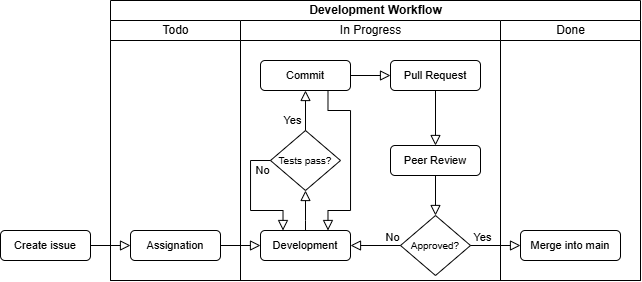
This is docs/images/WorkflowDiagram.png from ITU-BDSA2024-GROUP18/Chirp, a draw.io export, as it was before one commit. Source tidied: cells renumbered, new cells last; positions are measured from the earlier drawing's top-left corner, leaving out a move shared by most shapes. Source of this version:
```xml
<mxGraphModel>
  <root>
    <mxCell id="0" />
    <mxCell id="1" parent="0" />
    <mxCell id="2" value="Development Workflow" style="swimlane;startSize=20;html=1;" parent="1" vertex="1">
      <mxGeometry x="110" width="530" height="280" as="geometry" />
    </mxCell>
    <mxCell id="3" value="&lt;span style=&quot;font-weight: normal;&quot;&gt;Todo&lt;/span&gt;" style="swimlane;startSize=20;html=1;" parent="2" vertex="1">
      <mxGeometry y="20" width="130" height="260" as="geometry" />
    </mxCell>
    <mxCell id="4" value="&lt;font style=&quot;font-size: 11px;&quot;&gt;Assignation&lt;/font&gt;" style="rounded=1;whiteSpace=wrap;html=1;fontSize=12;glass=0;strokeWidth=1;shadow=0;" parent="3" vertex="1">
      <mxGeometry x="20" y="210" width="90" height="30" as="geometry" />
    </mxCell>
    <mxCell id="5" value="&lt;span style=&quot;font-weight: normal;&quot;&gt;In Progress&lt;/span&gt;" style="swimlane;startSize=20;html=1;" parent="2" vertex="1">
      <mxGeometry x="130" y="20" width="260" height="260" as="geometry" />
    </mxCell>
    <mxCell id="6" value="&lt;span style=&quot;font-size: 11px;&quot;&gt;Development&lt;/span&gt;" style="rounded=1;whiteSpace=wrap;html=1;fontSize=12;glass=0;strokeWidth=1;shadow=0;" parent="5" vertex="1">
      <mxGeometry x="20" y="210" width="90" height="30" as="geometry" />
    </mxCell>
    <mxCell id="7" value="&lt;span style=&quot;font-size: 11px;&quot;&gt;Commit&lt;/span&gt;" style="rounded=1;whiteSpace=wrap;html=1;fontSize=12;glass=0;strokeWidth=1;shadow=0;" parent="5" vertex="1">
      <mxGeometry x="20" y="40" width="90" height="30" as="geometry" />
    </mxCell>
    <mxCell id="8" style="edgeStyle=orthogonalEdgeStyle;rounded=0;html=1;jettySize=auto;fontSize=11;endArrow=block;endFill=0;endSize=8;strokeWidth=1;shadow=0;labelBackgroundColor=none;exitX=0.75;exitY=1;exitDx=0;exitDy=0;spacingRight=-3;entryX=0.75;entryY=0;entryDx=0;entryDy=0;" parent="5" edge="1" source="7" target="6">
      <mxGeometry y="10" relative="1" as="geometry">
        <Array as="points">
          <mxPoint x="87" y="90" />
          <mxPoint x="110" y="90" />
          <mxPoint x="110" y="190" />
          <mxPoint x="87" y="190" />
        </Array>
      </mxGeometry>
    </mxCell>
    <mxCell id="9" value="&lt;span style=&quot;font-size: 11px;&quot;&gt;Pull Request&lt;/span&gt;" style="rounded=1;whiteSpace=wrap;html=1;fontSize=12;glass=0;strokeWidth=1;shadow=0;" parent="5" vertex="1">
      <mxGeometry x="150" y="40" width="90" height="30" as="geometry" />
    </mxCell>
    <mxCell id="10" value="&lt;font&gt;Tests pass?&lt;/font&gt;" style="rhombus;whiteSpace=wrap;html=1;shadow=0;fontFamily=Helvetica;fontSize=10;align=center;strokeWidth=1;spacing=6;spacingTop=0;verticalAlign=middle;horizontal=1;" parent="5" vertex="1">
      <mxGeometry x="30" y="110" width="70" height="60" as="geometry" />
    </mxCell>
    <mxCell id="11" value="Yes" style="rounded=0;html=1;jettySize=auto;fontSize=11;endArrow=block;endFill=0;endSize=8;strokeWidth=1;shadow=0;labelBackgroundColor=none;edgeStyle=orthogonalEdgeStyle;entryX=0.5;entryY=1;entryDx=0;entryDy=0;spacingTop=0;spacingRight=16;exitX=0.5;exitY=0;exitDx=0;exitDy=0;" parent="5" edge="1" source="10" target="7">
      <mxGeometry x="-0.5" y="5" relative="1" as="geometry" />
    </mxCell>
    <mxCell id="12" style="edgeStyle=orthogonalEdgeStyle;rounded=0;html=1;jettySize=auto;fontSize=11;endArrow=block;endFill=0;endSize=8;strokeWidth=1;shadow=0;labelBackgroundColor=none;exitX=0.5;exitY=0;exitDx=0;exitDy=0;spacingRight=-3;entryX=0.5;entryY=1;entryDx=0;entryDy=0;" parent="5" edge="1" source="6" target="10">
      <mxGeometry y="10" relative="1" as="geometry">
        <Array as="points">
          <mxPoint x="65" y="200" />
          <mxPoint x="65" y="200" />
        </Array>
      </mxGeometry>
    </mxCell>
    <mxCell id="13" value="No" style="rounded=0;html=1;jettySize=auto;fontSize=11;endArrow=block;endFill=0;endSize=8;strokeWidth=1;shadow=0;labelBackgroundColor=none;edgeStyle=orthogonalEdgeStyle;entryX=0.25;entryY=0;entryDx=0;entryDy=0;spacingTop=0;spacingRight=16;exitX=0;exitY=0.5;exitDx=0;exitDy=0;" parent="5" edge="1" source="10" target="6">
      <mxGeometry x="-1" y="10" relative="1" as="geometry" />
    </mxCell>
    <mxCell id="14" style="edgeStyle=orthogonalEdgeStyle;rounded=0;html=1;jettySize=auto;fontSize=11;endArrow=block;endFill=0;endSize=8;strokeWidth=1;shadow=0;labelBackgroundColor=none;exitX=1;exitY=0.5;exitDx=0;exitDy=0;spacingRight=-3;entryX=0;entryY=0.5;entryDx=0;entryDy=0;" parent="5" edge="1" source="7" target="9">
      <mxGeometry y="10" relative="1" as="geometry" />
    </mxCell>
    <mxCell id="15" value="&lt;span style=&quot;font-size: 11px;&quot;&gt;Peer Review&lt;/span&gt;" style="rounded=1;whiteSpace=wrap;html=1;fontSize=12;glass=0;strokeWidth=1;shadow=0;" parent="5" vertex="1">
      <mxGeometry x="150" y="125" width="90" height="30" as="geometry" />
    </mxCell>
    <mxCell id="16" value="&lt;font&gt;Approved?&lt;/font&gt;" style="rhombus;whiteSpace=wrap;html=1;shadow=0;fontFamily=Helvetica;fontSize=10;align=center;strokeWidth=1;spacing=6;spacingTop=0;verticalAlign=middle;horizontal=1;" parent="5" vertex="1">
      <mxGeometry x="160" y="195" width="70" height="60" as="geometry" />
    </mxCell>
    <mxCell id="17" value="No" style="rounded=0;html=1;jettySize=auto;fontSize=11;endArrow=block;endFill=0;endSize=8;strokeWidth=1;shadow=0;labelBackgroundColor=none;edgeStyle=orthogonalEdgeStyle;entryX=1;entryY=0.5;entryDx=0;entryDy=0;spacingTop=0;spacingRight=16;exitX=0;exitY=0.5;exitDx=0;exitDy=0;spacingBottom=6;" parent="5" edge="1" source="16" target="6">
      <mxGeometry x="-1" y="-5" relative="1" as="geometry" />
    </mxCell>
    <mxCell id="18" style="edgeStyle=orthogonalEdgeStyle;rounded=0;html=1;jettySize=auto;fontSize=11;endArrow=block;endFill=0;endSize=8;strokeWidth=1;shadow=0;labelBackgroundColor=none;exitX=0.5;exitY=1;exitDx=0;exitDy=0;spacingRight=-3;entryX=0.5;entryY=0;entryDx=0;entryDy=0;" parent="5" edge="1" source="9" target="15">
      <mxGeometry y="10" relative="1" as="geometry" />
    </mxCell>
    <mxCell id="19" style="edgeStyle=orthogonalEdgeStyle;rounded=0;html=1;jettySize=auto;fontSize=11;endArrow=block;endFill=0;endSize=8;strokeWidth=1;shadow=0;labelBackgroundColor=none;exitX=0.5;exitY=1;exitDx=0;exitDy=0;spacingRight=-3;entryX=0.5;entryY=0;entryDx=0;entryDy=0;" parent="5" edge="1" source="15" target="16">
      <mxGeometry y="10" relative="1" as="geometry" />
    </mxCell>
    <mxCell id="20" value="&lt;span style=&quot;font-weight: normal;&quot;&gt;Done&lt;/span&gt;" style="swimlane;startSize=20;html=1;" parent="2" vertex="1">
      <mxGeometry x="390" y="20" width="140" height="260" as="geometry" />
    </mxCell>
    <mxCell id="21" value="&lt;font style=&quot;font-size: 11px;&quot;&gt;Merge into main&lt;/font&gt;" style="rounded=1;whiteSpace=wrap;html=1;fontSize=12;glass=0;strokeWidth=1;shadow=0;" parent="20" vertex="1">
      <mxGeometry x="20" y="210" width="100" height="30" as="geometry" />
    </mxCell>
    <mxCell id="22" style="edgeStyle=orthogonalEdgeStyle;rounded=0;html=1;jettySize=auto;fontSize=11;endArrow=block;endFill=0;endSize=8;strokeWidth=1;shadow=0;labelBackgroundColor=none;exitX=1;exitY=0.5;exitDx=0;exitDy=0;spacingRight=-3;entryX=0;entryY=0.5;entryDx=0;entryDy=0;" parent="2" edge="1" source="4" target="6">
      <mxGeometry y="10" relative="1" as="geometry" />
    </mxCell>
    <mxCell id="23" value="Yes" style="rounded=0;html=1;jettySize=auto;fontSize=11;endArrow=block;endFill=0;endSize=8;strokeWidth=1;shadow=0;labelBackgroundColor=none;edgeStyle=orthogonalEdgeStyle;spacingTop=0;spacingRight=16;exitX=1;exitY=0.5;exitDx=0;exitDy=0;spacingBottom=6;entryX=0;entryY=0.5;entryDx=0;entryDy=0;" parent="2" edge="1" source="16" target="21">
      <mxGeometry x="-0.2" y="5" relative="1" as="geometry" />
    </mxCell>
    <mxCell id="24" value="&lt;font style=&quot;font-size: 11px;&quot;&gt;Create issue&lt;/font&gt;" style="rounded=1;whiteSpace=wrap;html=1;fontSize=12;glass=0;strokeWidth=1;shadow=0;" parent="1" vertex="1">
      <mxGeometry y="230" width="90" height="30" as="geometry" />
    </mxCell>
    <mxCell id="25" style="edgeStyle=orthogonalEdgeStyle;rounded=0;html=1;jettySize=auto;fontSize=11;endArrow=block;endFill=0;endSize=8;strokeWidth=1;shadow=0;labelBackgroundColor=none;exitX=1;exitY=0.5;exitDx=0;exitDy=0;spacingRight=-3;entryX=0;entryY=0.5;entryDx=0;entryDy=0;" parent="1" edge="1" source="24" target="4">
      <mxGeometry y="10" relative="1" as="geometry" />
    </mxCell>
  </root>
</mxGraphModel>
```
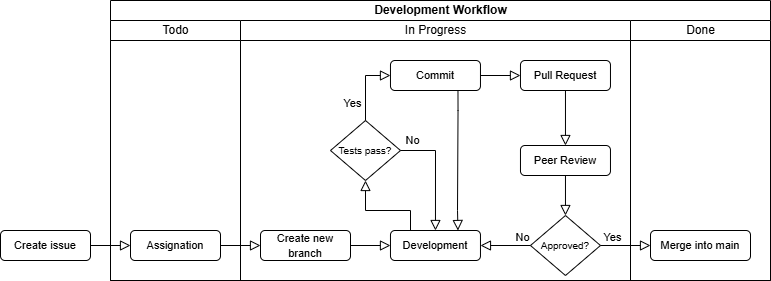
The same file after the commit.

Commit message:
Updated development process diagram

What changed in the source:
```diff
@@ -3,7 +3,7 @@
     <mxCell id="0" />
     <mxCell id="1" parent="0" />
     <mxCell id="2" value="Development Workflow" style="swimlane;startSize=20;html=1;" parent="1" vertex="1">
-      <mxGeometry x="110" width="530" height="280" as="geometry" />
+      <mxGeometry x="110" width="660" height="280" as="geometry" />
     </mxCell>
     <mxCell id="3" value="&lt;span style=&quot;font-weight: normal;&quot;&gt;Todo&lt;/span&gt;" style="swimlane;startSize=20;html=1;" parent="2" vertex="1">
       <mxGeometry y="20" width="130" height="260" as="geometry" />
@@ -12,52 +12,44 @@
       <mxGeometry x="20" y="210" width="90" height="30" as="geometry" />
     </mxCell>
     <mxCell id="5" value="&lt;span style=&quot;font-weight: normal;&quot;&gt;In Progress&lt;/span&gt;" style="swimlane;startSize=20;html=1;" parent="2" vertex="1">
-      <mxGeometry x="130" y="20" width="260" height="260" as="geometry" />
+      <mxGeometry x="130" y="20" width="390" height="260" as="geometry" />
     </mxCell>
     <mxCell id="6" value="&lt;span style=&quot;font-size: 11px;&quot;&gt;Development&lt;/span&gt;" style="rounded=1;whiteSpace=wrap;html=1;fontSize=12;glass=0;strokeWidth=1;shadow=0;" parent="5" vertex="1">
-      <mxGeometry x="20" y="210" width="90" height="30" as="geometry" />
+      <mxGeometry x="150" y="210" width="90" height="30" as="geometry" />
     </mxCell>
     <mxCell id="7" value="&lt;span style=&quot;font-size: 11px;&quot;&gt;Commit&lt;/span&gt;" style="rounded=1;whiteSpace=wrap;html=1;fontSize=12;glass=0;strokeWidth=1;shadow=0;" parent="5" vertex="1">
-      <mxGeometry x="20" y="40" width="90" height="30" as="geometry" />
+      <mxGeometry x="150" y="40" width="90" height="30" as="geometry" />
     </mxCell>
     <mxCell id="8" style="edgeStyle=orthogonalEdgeStyle;rounded=0;html=1;jettySize=auto;fontSize=11;endArrow=block;endFill=0;endSize=8;strokeWidth=1;shadow=0;labelBackgroundColor=none;exitX=0.75;exitY=1;exitDx=0;exitDy=0;spacingRight=-3;entryX=0.75;entryY=0;entryDx=0;entryDy=0;" parent="5" edge="1" source="7" target="6">
       <mxGeometry y="10" relative="1" as="geometry">
         <Array as="points">
-          <mxPoint x="87" y="90" />
-          <mxPoint x="110" y="90" />
-          <mxPoint x="110" y="190" />
-          <mxPoint x="87" y="190" />
+          <mxPoint x="217" y="90" />
+          <mxPoint x="217" y="90" />
+          <mxPoint x="217" y="190" />
+          <mxPoint x="217" y="190" />
         </Array>
       </mxGeometry>
     </mxCell>
     <mxCell id="9" value="&lt;span style=&quot;font-size: 11px;&quot;&gt;Pull Request&lt;/span&gt;" style="rounded=1;whiteSpace=wrap;html=1;fontSize=12;glass=0;strokeWidth=1;shadow=0;" parent="5" vertex="1">
-      <mxGeometry x="150" y="40" width="90" height="30" as="geometry" />
+      <mxGeometry x="280" y="40" width="90" height="30" as="geometry" />
     </mxCell>
     <mxCell id="10" value="&lt;font&gt;Tests pass?&lt;/font&gt;" style="rhombus;whiteSpace=wrap;html=1;shadow=0;fontFamily=Helvetica;fontSize=10;align=center;strokeWidth=1;spacing=6;spacingTop=0;verticalAlign=middle;horizontal=1;" parent="5" vertex="1">
-      <mxGeometry x="30" y="110" width="70" height="60" as="geometry" />
+      <mxGeometry x="90" y="100" width="70" height="60" as="geometry" />
     </mxCell>
-    <mxCell id="11" value="Yes" style="rounded=0;html=1;jettySize=auto;fontSize=11;endArrow=block;endFill=0;endSize=8;strokeWidth=1;shadow=0;labelBackgroundColor=none;edgeStyle=orthogonalEdgeStyle;entryX=0.5;entryY=1;entryDx=0;entryDy=0;spacingTop=0;spacingRight=16;exitX=0.5;exitY=0;exitDx=0;exitDy=0;" parent="5" edge="1" source="10" target="7">
+    <mxCell id="11" value="Yes" style="rounded=0;html=1;jettySize=auto;fontSize=11;endArrow=block;endFill=0;endSize=8;strokeWidth=1;shadow=0;labelBackgroundColor=none;edgeStyle=orthogonalEdgeStyle;entryX=0;entryY=0.5;entryDx=0;entryDy=0;spacingTop=0;spacingRight=16;exitX=0.5;exitY=0;exitDx=0;exitDy=0;" parent="5" edge="1" source="10" target="7">
       <mxGeometry x="-0.5" y="5" relative="1" as="geometry" />
     </mxCell>
-    <mxCell id="12" style="edgeStyle=orthogonalEdgeStyle;rounded=0;html=1;jettySize=auto;fontSize=11;endArrow=block;endFill=0;endSize=8;strokeWidth=1;shadow=0;labelBackgroundColor=none;exitX=0.5;exitY=0;exitDx=0;exitDy=0;spacingRight=-3;entryX=0.5;entryY=1;entryDx=0;entryDy=0;" parent="5" edge="1" source="6" target="10">
-      <mxGeometry y="10" relative="1" as="geometry">
-        <Array as="points">
-          <mxPoint x="65" y="200" />
-          <mxPoint x="65" y="200" />
-        </Array>
-      </mxGeometry>
-    </mxCell>
-    <mxCell id="13" value="No" style="rounded=0;html=1;jettySize=auto;fontSize=11;endArrow=block;endFill=0;endSize=8;strokeWidth=1;shadow=0;labelBackgroundColor=none;edgeStyle=orthogonalEdgeStyle;entryX=0.25;entryY=0;entryDx=0;entryDy=0;spacingTop=0;spacingRight=16;exitX=0;exitY=0.5;exitDx=0;exitDy=0;" parent="5" edge="1" source="10" target="6">
-      <mxGeometry x="-1" y="10" relative="1" as="geometry" />
+    <mxCell id="13" value="No" style="rounded=0;html=1;jettySize=auto;fontSize=11;endArrow=block;endFill=0;endSize=8;strokeWidth=1;shadow=0;labelBackgroundColor=none;edgeStyle=orthogonalEdgeStyle;entryX=0.5;entryY=0;entryDx=0;entryDy=0;spacingTop=0;spacingRight=16;exitX=1;exitY=0.5;exitDx=0;exitDy=0;" parent="5" edge="1" source="10" target="6">
+      <mxGeometry x="-0.65" y="10" relative="1" as="geometry" />
     </mxCell>
     <mxCell id="14" style="edgeStyle=orthogonalEdgeStyle;rounded=0;html=1;jettySize=auto;fontSize=11;endArrow=block;endFill=0;endSize=8;strokeWidth=1;shadow=0;labelBackgroundColor=none;exitX=1;exitY=0.5;exitDx=0;exitDy=0;spacingRight=-3;entryX=0;entryY=0.5;entryDx=0;entryDy=0;" parent="5" edge="1" source="7" target="9">
       <mxGeometry y="10" relative="1" as="geometry" />
     </mxCell>
     <mxCell id="15" value="&lt;span style=&quot;font-size: 11px;&quot;&gt;Peer Review&lt;/span&gt;" style="rounded=1;whiteSpace=wrap;html=1;fontSize=12;glass=0;strokeWidth=1;shadow=0;" parent="5" vertex="1">
-      <mxGeometry x="150" y="125" width="90" height="30" as="geometry" />
+      <mxGeometry x="280" y="125" width="90" height="30" as="geometry" />
     </mxCell>
     <mxCell id="16" value="&lt;font&gt;Approved?&lt;/font&gt;" style="rhombus;whiteSpace=wrap;html=1;shadow=0;fontFamily=Helvetica;fontSize=10;align=center;strokeWidth=1;spacing=6;spacingTop=0;verticalAlign=middle;horizontal=1;" parent="5" vertex="1">
-      <mxGeometry x="160" y="195" width="70" height="60" as="geometry" />
+      <mxGeometry x="290" y="195" width="70" height="60" as="geometry" />
     </mxCell>
     <mxCell id="17" value="No" style="rounded=0;html=1;jettySize=auto;fontSize=11;endArrow=block;endFill=0;endSize=8;strokeWidth=1;shadow=0;labelBackgroundColor=none;edgeStyle=orthogonalEdgeStyle;entryX=1;entryY=0.5;entryDx=0;entryDy=0;spacingTop=0;spacingRight=16;exitX=0;exitY=0.5;exitDx=0;exitDy=0;spacingBottom=6;" parent="5" edge="1" source="16" target="6">
       <mxGeometry x="-1" y="-5" relative="1" as="geometry" />
@@ -68,13 +60,28 @@
     <mxCell id="19" style="edgeStyle=orthogonalEdgeStyle;rounded=0;html=1;jettySize=auto;fontSize=11;endArrow=block;endFill=0;endSize=8;strokeWidth=1;shadow=0;labelBackgroundColor=none;exitX=0.5;exitY=1;exitDx=0;exitDy=0;spacingRight=-3;entryX=0.5;entryY=0;entryDx=0;entryDy=0;" parent="5" edge="1" source="15" target="16">
       <mxGeometry y="10" relative="1" as="geometry" />
     </mxCell>
+    <mxCell id="26" value="&lt;font style=&quot;font-size: 11px;&quot;&gt;Create new branch&lt;/font&gt;" style="rounded=1;whiteSpace=wrap;html=1;fontSize=12;glass=0;strokeWidth=1;shadow=0;" parent="5" vertex="1">
+      <mxGeometry x="20" y="210" width="90" height="30" as="geometry" />
+    </mxCell>
+    <mxCell id="27" style="edgeStyle=orthogonalEdgeStyle;rounded=0;html=1;jettySize=auto;fontSize=11;endArrow=block;endFill=0;endSize=8;strokeWidth=1;shadow=0;labelBackgroundColor=none;exitX=1;exitY=0.5;exitDx=0;exitDy=0;spacingRight=-3;entryX=0;entryY=0.5;entryDx=0;entryDy=0;" parent="5" edge="1" source="26" target="6">
+      <mxGeometry y="10" relative="1" as="geometry" />
+    </mxCell>
+    <mxCell id="12" style="edgeStyle=orthogonalEdgeStyle;rounded=0;html=1;jettySize=auto;fontSize=11;endArrow=block;endFill=0;endSize=8;strokeWidth=1;shadow=0;labelBackgroundColor=none;exitX=0.25;exitY=0;exitDx=0;exitDy=0;spacingRight=-3;entryX=0.5;entryY=1;entryDx=0;entryDy=0;" parent="5" edge="1" source="6" target="10">
+      <mxGeometry y="10" relative="1" as="geometry">
+        <Array as="points">
+          <mxPoint x="170" y="210" />
+          <mxPoint x="170" y="190" />
+          <mxPoint x="125" y="190" />
+        </Array>
+      </mxGeometry>
+    </mxCell>
     <mxCell id="20" value="&lt;span style=&quot;font-weight: normal;&quot;&gt;Done&lt;/span&gt;" style="swimlane;startSize=20;html=1;" parent="2" vertex="1">
-      <mxGeometry x="390" y="20" width="140" height="260" as="geometry" />
+      <mxGeometry x="520" y="20" width="140" height="260" as="geometry" />
     </mxCell>
     <mxCell id="21" value="&lt;font style=&quot;font-size: 11px;&quot;&gt;Merge into main&lt;/font&gt;" style="rounded=1;whiteSpace=wrap;html=1;fontSize=12;glass=0;strokeWidth=1;shadow=0;" parent="20" vertex="1">
       <mxGeometry x="20" y="210" width="100" height="30" as="geometry" />
     </mxCell>
-    <mxCell id="22" style="edgeStyle=orthogonalEdgeStyle;rounded=0;html=1;jettySize=auto;fontSize=11;endArrow=block;endFill=0;endSize=8;strokeWidth=1;shadow=0;labelBackgroundColor=none;exitX=1;exitY=0.5;exitDx=0;exitDy=0;spacingRight=-3;entryX=0;entryY=0.5;entryDx=0;entryDy=0;" parent="2" edge="1" source="4" target="6">
+    <mxCell id="22" style="edgeStyle=orthogonalEdgeStyle;rounded=0;html=1;jettySize=auto;fontSize=11;endArrow=block;endFill=0;endSize=8;strokeWidth=1;shadow=0;labelBackgroundColor=none;exitX=1;exitY=0.5;exitDx=0;exitDy=0;spacingRight=-3;entryX=0;entryY=0.5;entryDx=0;entryDy=0;" parent="2" edge="1" source="4" target="26">
       <mxGeometry y="10" relative="1" as="geometry" />
     </mxCell>
     <mxCell id="23" value="Yes" style="rounded=0;html=1;jettySize=auto;fontSize=11;endArrow=block;endFill=0;endSize=8;strokeWidth=1;shadow=0;labelBackgroundColor=none;edgeStyle=orthogonalEdgeStyle;spacingTop=0;spacingRight=16;exitX=1;exitY=0.5;exitDx=0;exitDy=0;spacingBottom=6;entryX=0;entryY=0.5;entryDx=0;entryDy=0;" parent="2" edge="1" source="16" target="21">
```
